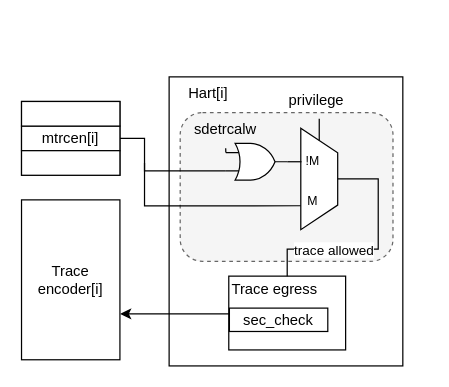
Earlier version of the draw.io diagram page "Page-4" (4 of 4) of images/external_debug_protection.drawio (riscv-non-isa/riscv-external-debug-security). Source tidied: cells renumbered, new cells numbered last; positions are measured from the earlier drawing's top-left corner, leaving out a move shared by most shapes. Both pictures are drawn from the tidied source at 123%, with x=0, y=0 at pixel (21, 75).
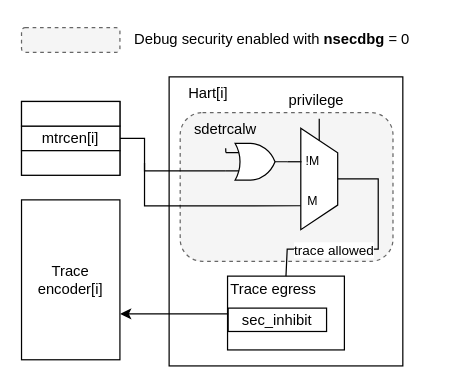
The same page after the edit.

Unchanged cells that the change refers to:
```xml
<mxCell id="19" style="group;" parent="1" vertex="1">
  <mxGeometry x="130" y="182" width="107.5" height="49" as="geometry" />
</mxCell>
```

Diff of the diagram source:
```diff
@@
     <mxCell id="20" style="group;" parent="19" vertex="1">
-      <mxGeometry x="-1" y="-19" width="107.5" height="60" as="geometry" />
+      <mxGeometry x="-2" y="-19" width="107.5" height="60" as="geometry" />
     </mxCell>
@@
-    <mxCell id="22" value="sec_check" style="rounded=0;whiteSpace=wrap;html=1;" parent="20" vertex="1">
+    <mxCell id="22" value="sec_inhibit" style="rounded=0;whiteSpace=wrap;html=1;" parent="20" vertex="1">
       <mxGeometry x="40" y="26" width="80" height="19" as="geometry" />
     </mxCell>
@@
+    <mxCell id="31" style="rounded=1;whiteSpace=wrap;html=1;fillColor=#f5f5f5;fontColor=#333333;strokeColor=#666666;dashed=1;" parent="1" vertex="1">
+      <mxGeometry y="-39" width="80" height="20" as="geometry" />
+    </mxCell>
+    <mxCell id="32" value="Debug security enabled with &lt;b&gt;nsecdbg&lt;/b&gt; = 0&amp;nbsp;" style="text;html=1;align=left;verticalAlign=middle;whiteSpace=wrap;rounded=0;" parent="1" vertex="1">
+      <mxGeometry x="90" y="-44" width="240" height="30" as="geometry" />
+    </mxCell>
```
